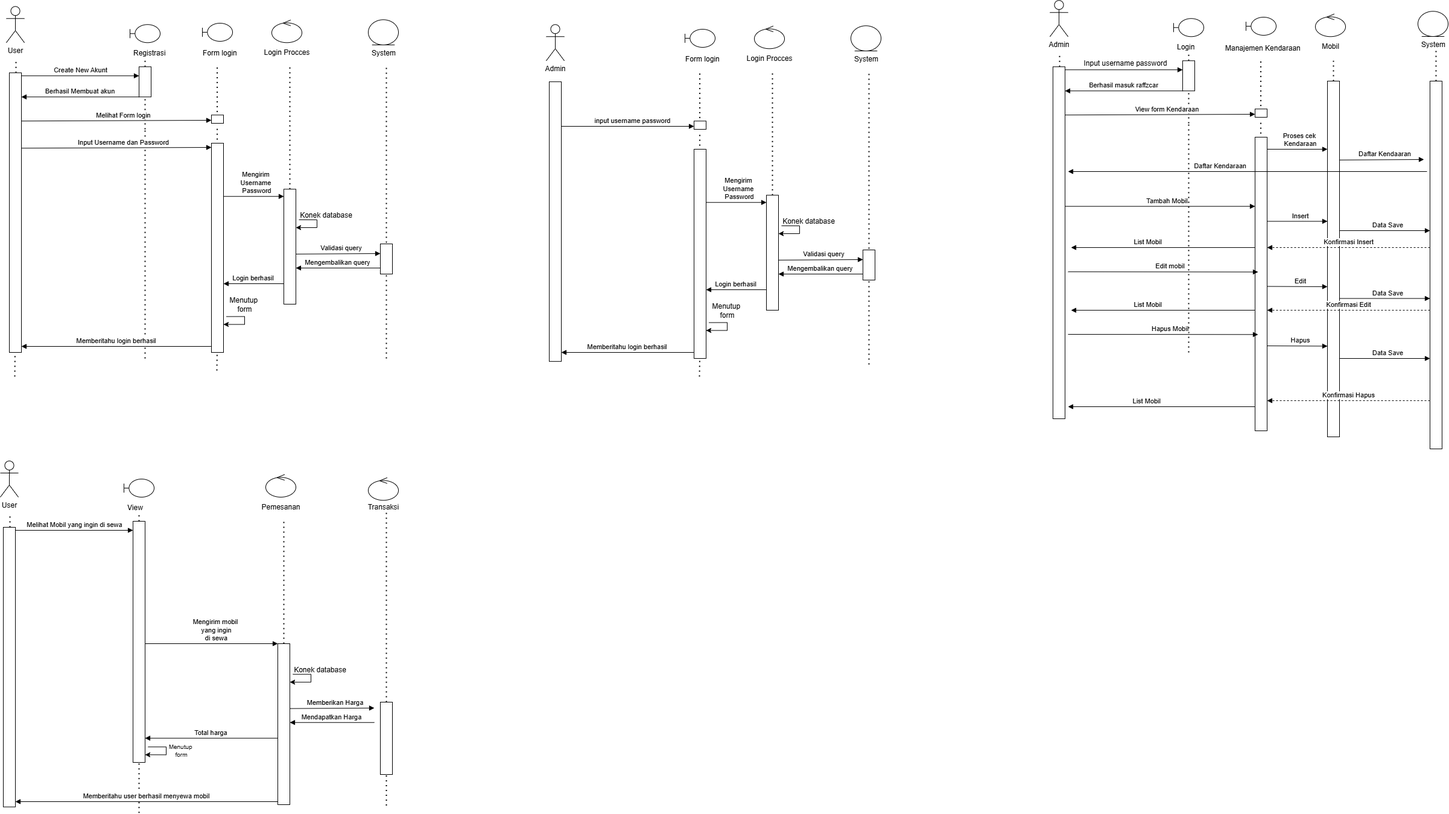
Before: Sequence/Sequence.png, a diagram exported from draw.io (rifkihariyanto25/Rental-Mobil-RAFFZ-Car). Source tidied: cells renumbered, new cells last; positions are measured from the earlier drawing's top-left corner, leaving out a move shared by most shapes.
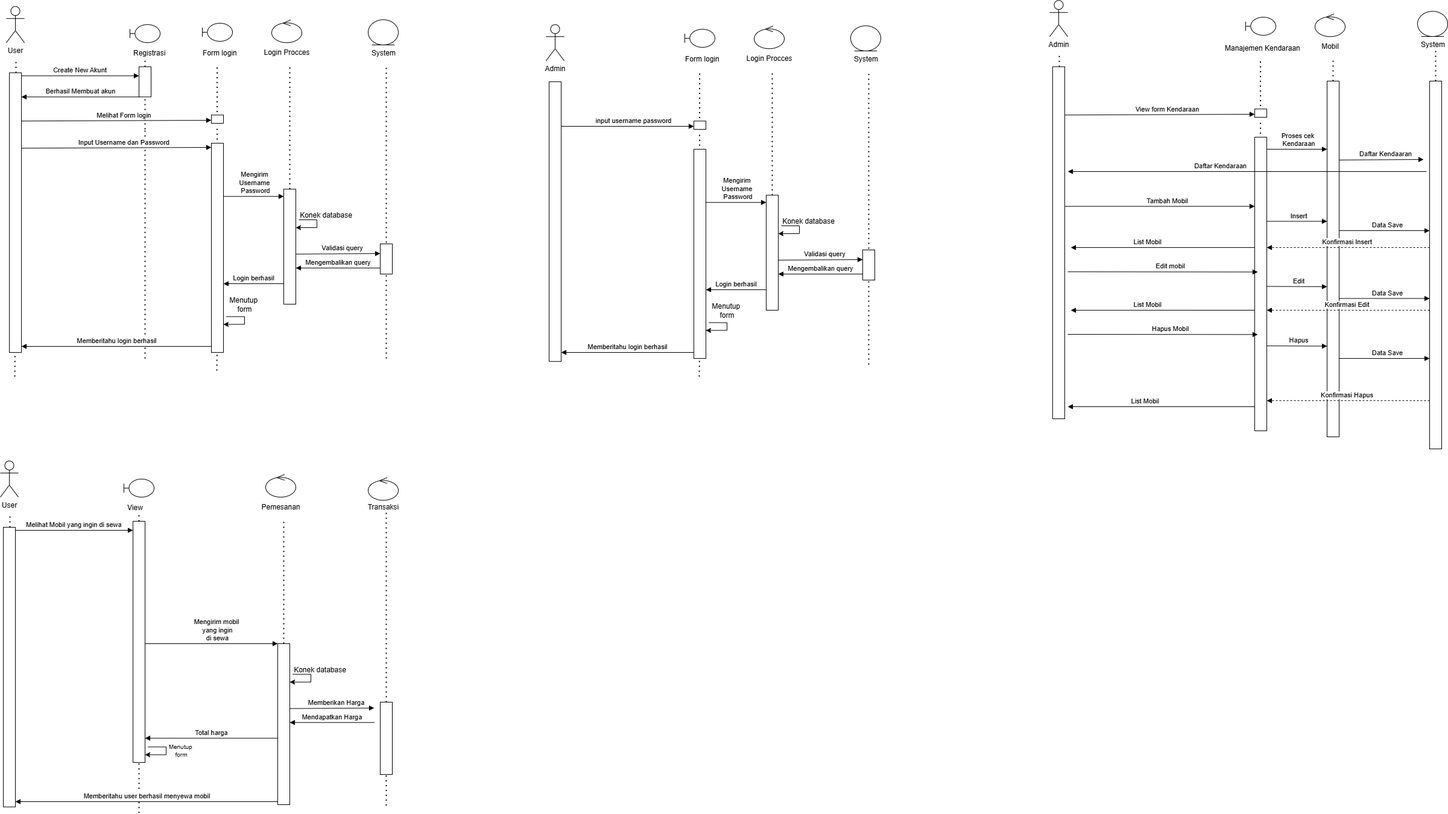
After the commit.

The edit, as a diff of the source:
```diff
@@ -456,19 +456,6 @@
         <mxPoint x="1756" y="90.2" as="targetPoint" />
       </mxGeometry>
     </mxCell>
-    <mxCell id="104" value="Berhasil masuk raffzcar" style="html=1;verticalAlign=bottom;endArrow=block;curved=0;rounded=0;" parent="1" edge="1" source="110">
-      <mxGeometry relative="1" as="geometry">
-        <mxPoint x="1765" y="150.2" as="targetPoint" />
-      </mxGeometry>
-    </mxCell>
-    <mxCell id="105" style="shape=umlBoundary;whiteSpace=wrap;html=1;" parent="1" vertex="1">
-      <mxGeometry x="1945" y="30.2" width="50" height="30" as="geometry" />
-    </mxCell>
-    <mxCell id="106" style="endArrow=none;dashed=1;html=1;dashPattern=1 3;strokeWidth=2;rounded=0;" parent="1" edge="1" source="110">
-      <mxGeometry relative="1" as="geometry">
-        <mxPoint x="1970" y="90.2" as="targetPoint" />
-      </mxGeometry>
-    </mxCell>
     <mxCell id="107" style="endArrow=none;dashed=1;html=1;dashPattern=1 3;strokeWidth=2;rounded=0;" parent="1" edge="1" target="108">
       <mxGeometry relative="1" as="geometry">
         <mxPoint x="1756" y="360.2" as="sourcePoint" />
@@ -477,25 +464,11 @@
     <mxCell id="108" style="html=1;points=[[0,0,0,0,5],[0,1,0,0,-5],[1,0,0,0,5],[1,1,0,0,-5]];perimeter=orthogonalPerimeter;outlineConnect=0;targetShapes=umlLifeline;portConstraint=eastwest;newEdgeStyle={&quot;curved&quot;:0,&quot;rounded&quot;:0};" parent="1" vertex="1">
       <mxGeometry x="1745" y="110.2" width="20" height="583.8" as="geometry" />
     </mxCell>
-    <mxCell id="109" style="endArrow=none;dashed=1;html=1;dashPattern=1 3;strokeWidth=2;rounded=0;" parent="1" edge="1" target="110">
-      <mxGeometry relative="1" as="geometry">
-        <mxPoint x="1970" y="204" as="sourcePoint" />
-      </mxGeometry>
-    </mxCell>
-    <mxCell id="110" style="html=1;points=[[0,0,0,0,5],[0,1,0,0,-5],[1,0,0,0,5],[1,1,0,0,-5]];perimeter=orthogonalPerimeter;outlineConnect=0;targetShapes=umlLifeline;portConstraint=eastwest;newEdgeStyle={&quot;curved&quot;:0,&quot;rounded&quot;:0};" parent="1" vertex="1">
-      <mxGeometry x="1960" y="100.2" width="20" height="50" as="geometry" />
-    </mxCell>
     <mxCell id="111" value="View form Kendaraan" style="html=1;verticalAlign=bottom;endArrow=block;curved=0;rounded=0;align=center;entryX=0;entryY=1;entryDx=0;entryDy=-5;entryPerimeter=0;" parent="1" edge="1" target="119">
       <mxGeometry x="0.08" relative="1" as="geometry">
         <mxPoint x="1765" y="190.2" as="sourcePoint" />
       </mxGeometry>
     </mxCell>
-    <mxCell id="112" style="endArrow=none;dashed=1;html=1;dashPattern=1 3;strokeWidth=2;rounded=0;" parent="1" edge="1">
-      <mxGeometry relative="1" as="geometry">
-        <mxPoint x="1970" y="584" as="sourcePoint" />
-        <mxPoint x="1970" y="200.2" as="targetPoint" />
-      </mxGeometry>
-    </mxCell>
     <mxCell id="113" style="endArrow=none;dashed=1;html=1;dashPattern=1 3;strokeWidth=2;rounded=0;" parent="1" edge="1">
       <mxGeometry relative="1" as="geometry">
         <mxPoint x="1970" y="540.2" as="sourcePoint" />
@@ -568,12 +541,6 @@
         <mxPoint x="1770" y="284" as="targetPoint" />
       </mxGeometry>
     </mxCell>
-    <mxCell id="129" value="Login" style="text;strokeColor=none;fillColor=none;align=left;verticalAlign=middle;spacingTop=-1;spacingLeft=4;spacingRight=4;labelPosition=right;" parent="1" vertex="1">
-      <mxGeometry x="1925" y="70.2" width="20" height="14" as="geometry" />
-    </mxCell>
-    <mxCell id="130" style="html=1;verticalAlign=bottom;endArrow=block;curved=0;rounded=0;exitX=1;exitY=0;exitDx=0;exitDy=5;exitPerimeter=0;" parent="1" edge="1" source="108" target="110">
-      <mxGeometry relative="1" as="geometry" />
-    </mxCell>
     <mxCell id="131" style="endArrow=none;dashed=1;html=1;dashPattern=1 3;strokeWidth=2;rounded=0;" parent="1" edge="1" target="132">
       <mxGeometry relative="1" as="geometry">
         <mxPoint x="2380" y="571.8" as="sourcePoint" />
@@ -588,9 +555,6 @@
     <mxCell id="134" value="System" style="text;strokeColor=none;fillColor=none;align=left;verticalAlign=middle;spacingTop=-1;spacingLeft=4;spacingRight=4;labelPosition=right;" parent="1" vertex="1">
       <mxGeometry x="2330" y="66.2" width="20" height="14" as="geometry" />
     </mxCell>
-    <mxCell id="135" value="Input username password" style="text;html=1;align=center;verticalAlign=middle;strokeColor=none;fillColor=none;" parent="1" vertex="1">
-      <mxGeometry x="1785" y="90.2" width="160" height="30" as="geometry" />
-    </mxCell>
     <mxCell id="136" value="Tambah Mobil" style="html=1;verticalAlign=bottom;endArrow=block;curved=0;rounded=0;align=center;" parent="1" edge="1" target="120">
       <mxGeometry x="0.08" relative="1" as="geometry">
         <mxPoint x="1765" y="341.7" as="sourcePoint" />
```
